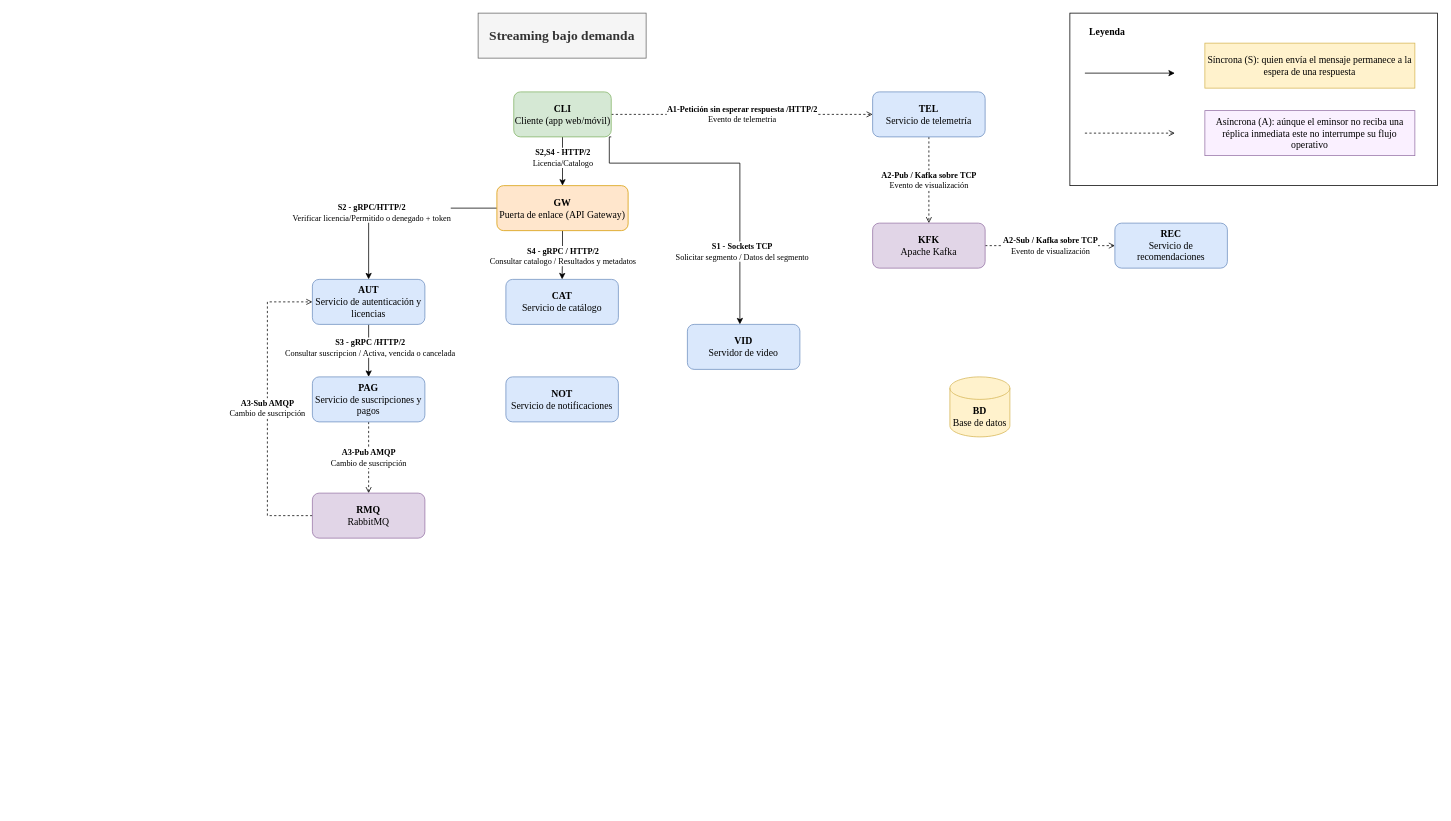
reyshadow0/isr701-form-tl-01 keeps this draw.io diagram as diagrama/comunicacion.drawio. Above is the earlier version. Source tidied: cells renumbered, new cells numbered last; positions are measured from the earlier drawing's top-left corner, leaving out a move shared by most shapes. Both pictures are drawn from the tidied source at 75%, with x=0, y=0 at pixel (267, 13).
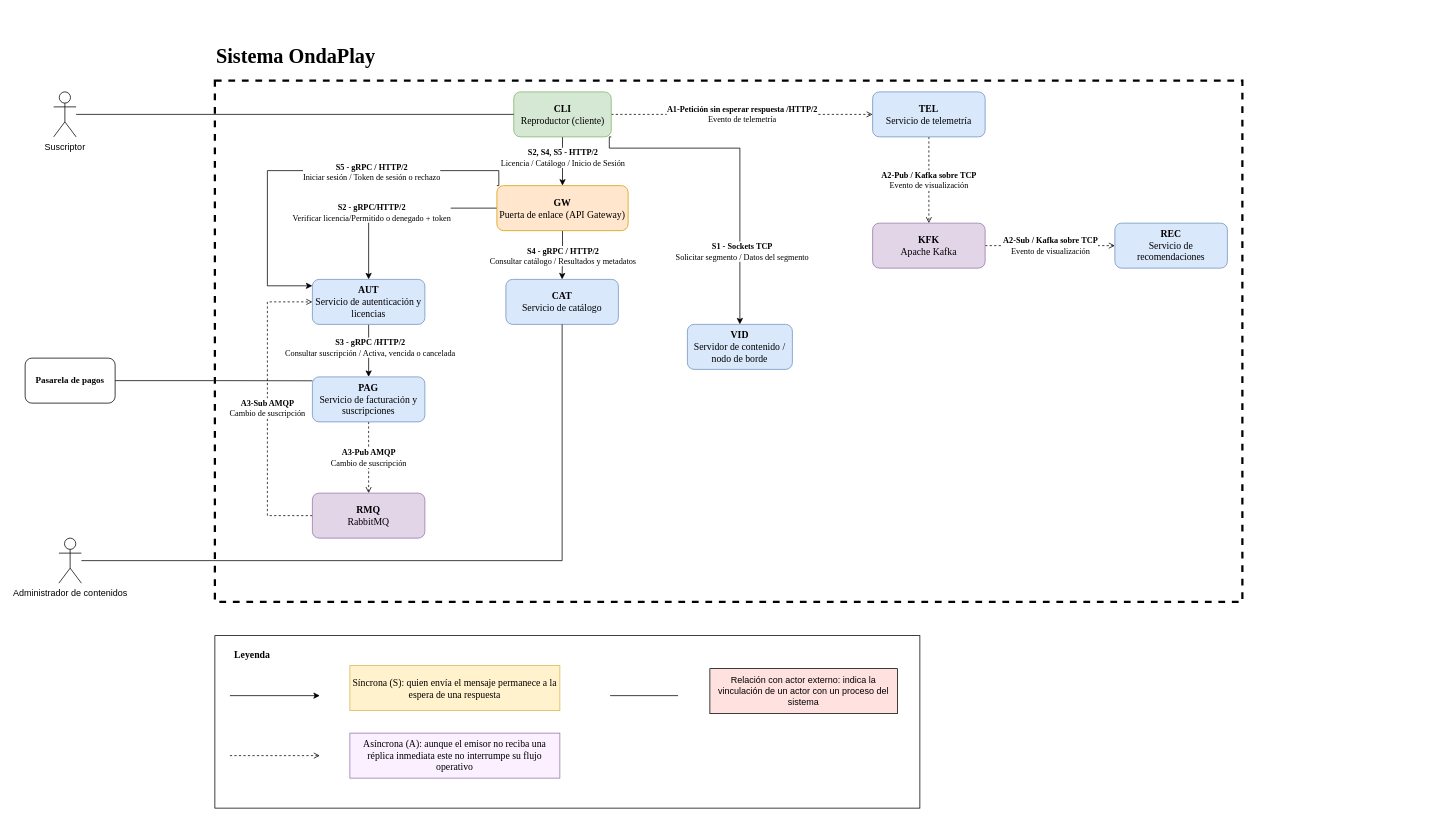
The same page after the edit.

Commit message (it also covers changes not shown here):
Finalicé el diagrama de comunicacion y seccion 2 de OndaPlay

The change refers to these unchanged cells:
```xml
<mxCell id="3" style="edgeStyle=orthogonalEdgeStyle;rounded=0;jettySize=auto;html=1;entryX=0.5;entryY=0;entryDx=0;entryDy=0;defaultLabelBackgroundColor=page;" parent="1" edge="1" source="6" target="13">
  <mxGeometry relative="1" as="geometry" />
</mxCell>
<mxCell id="9" style="edgeStyle=orthogonalEdgeStyle;rounded=0;jettySize=auto;html=1;entryX=0.5;entryY=0;entryDx=0;entryDy=0;defaultLabelBackgroundColor=page;" parent="1" edge="1" source="13" target="17">
  <mxGeometry relative="1" as="geometry" />
</mxCell>
<mxCell id="13" value="&lt;b&gt;GW&lt;/b&gt;&lt;div&gt;Puerta de enlace (API Gateway)&lt;/div&gt;" style="rounded=1;whiteSpace=wrap;html=1;roundedPerimeter=1;fillColor=#ffe6cc;strokeColor=#d79b00;fontFamily=Times New Roman;fontSize=13;" parent="1" vertex="1">
  <mxGeometry x="306" y="230" width="175" height="60" as="geometry" />
</mxCell>
<mxCell id="14" style="edgeStyle=orthogonalEdgeStyle;rounded=0;jettySize=auto;html=1;entryX=0.5;entryY=0;entryDx=0;entryDy=0;defaultLabelBackgroundColor=page;" parent="1" edge="1" source="16" target="20">
  <mxGeometry relative="1" as="geometry" />
</mxCell>
<mxCell id="16" value="&lt;b&gt;AUT&lt;/b&gt;&lt;div&gt;Servicio de autenticación y licencias&lt;/div&gt;" style="rounded=1;whiteSpace=wrap;html=1;roundedPerimeter=1;fillColor=#dae8fc;strokeColor=#6c8ebf;fontFamily=Times New Roman;fontSize=13;" parent="1" vertex="1">
  <mxGeometry x="60" y="355" width="150" height="60" as="geometry" />
</mxCell>
<mxCell id="17" value="&lt;b&gt;CAT&lt;/b&gt;&lt;div&gt;Servicio de catálogo&lt;/div&gt;" style="rounded=1;whiteSpace=wrap;html=1;roundedPerimeter=1;fillColor=#dae8fc;strokeColor=#6c8ebf;fontFamily=Times New Roman;fontSize=13;" parent="1" vertex="1">
  <mxGeometry x="318" y="355" width="150" height="60" as="geometry" />
</mxCell>
<mxCell id="32" value="&lt;b&gt;TEL&lt;/b&gt;&lt;br&gt;&lt;div&gt;Servicio de telemetría&lt;/div&gt;" style="rounded=1;whiteSpace=wrap;html=1;roundedPerimeter=1;fillColor=#dae8fc;strokeColor=#6c8ebf;fontFamily=Times New Roman;fontSize=13;" parent="1" vertex="1">
  <mxGeometry x="807" y="105" width="150" height="60" as="geometry" />
</mxCell>
```

Diff of the diagram source:
```diff
@@
-    <mxCell id="2" value="Streaming bajo demanda" style="rounded=0;whiteSpace=wrap;html=1;fillColor=#f5f5f5;strokeColor=#666666;fontColor=#333333;fontFamily=Times New Roman;fontSize=18;fontStyle=1;" parent="1" vertex="1">
-      <mxGeometry x="281" width="224" height="60" as="geometry" />
-    </mxCell>
+    <mxCell id="25" style="rounded=0;whiteSpace=wrap;html=1;fontFamily=Times New Roman;fontSize=13;fillColor=none;fillOpacity=0;" parent="1" vertex="1">
+      <mxGeometry x="-70" y="830" width="940" height="230" as="geometry" />
+    </mxCell>
+    <mxCell id="36" style="rounded=0;whiteSpace=wrap;html=1;dashed=1;strokeWidth=3;fillColor=none;fillOpacity=0;" parent="1" vertex="1">
+      <mxGeometry x="-70" y="90" width="1370" height="695" as="geometry" />
+    </mxCell>
@@
-    <mxCell id="4" value="&lt;font face=&quot;Times New Roman&quot;&gt;&lt;b&gt;S2,S4 - HTTP/2&lt;/b&gt;&lt;br&gt;Licencia/Catalogo&lt;/font&gt;" style="edgeLabel;html=1;align=center;verticalAlign=middle;inheritText=1;defaultLabelBackgroundColor=page;" parent="3" vertex="1">
+    <mxCell id="4" value="&lt;font face=&quot;Times New Roman&quot;&gt;&lt;b&gt;S2, S4, S5 - HTTP/2&lt;/b&gt;&lt;br&gt;Licencia / Catálogo / Inicio de Sesión&lt;/font&gt;" style="edgeLabel;html=1;align=center;verticalAlign=middle;inheritText=1;defaultLabelBackgroundColor=page;" parent="3" vertex="1">
       <mxGeometry x="-0.15" relative="1" as="geometry">
         <mxPoint y="-1" as="offset" />
       </mxGeometry>
     </mxCell>
-    <mxCell id="5" value="&lt;b&gt;A1-Petición sin esperar respuesta /HTTP/2&lt;br&gt;&lt;/b&gt;Evento de telemetria" style="edgeStyle=orthogonalEdgeStyle;rounded=0;jettySize=auto;html=1;dashed=1;fontFamily=Times New Roman;endArrow=open;endFill=0;" parent="1" edge="1" source="6" target="32">
+    <mxCell id="5" value="&lt;b&gt;A1-Petición sin esperar respuesta /HTTP/2&lt;br&gt;&lt;/b&gt;Evento de telemetría" style="edgeStyle=orthogonalEdgeStyle;rounded=0;jettySize=auto;html=1;dashed=1;fontFamily=Times New Roman;endArrow=open;endFill=0;" parent="1" edge="1" source="6" target="32">
       <mxGeometry relative="1" as="geometry" />
     </mxCell>
-    <mxCell id="6" value="&lt;b&gt;CLI&lt;/b&gt;&lt;div&gt;Cliente (app web/móvil)&lt;/div&gt;" style="rounded=1;whiteSpace=wrap;html=1;roundedPerimeter=1;fillColor=#d5e8d4;strokeColor=#82b366;fontFamily=Times New Roman;fontSize=13;" parent="1" vertex="1">
+    <mxCell id="6" value="&lt;b&gt;CLI&lt;/b&gt;&lt;div&gt;Reproductor (cliente)&lt;/div&gt;" style="rounded=1;whiteSpace=wrap;html=1;roundedPerimeter=1;fillColor=#d5e8d4;strokeColor=#82b366;fontFamily=Times New Roman;fontSize=13;" parent="1" vertex="1">
       <mxGeometry x="328.5" y="105" width="130" height="60" as="geometry" />
     </mxCell>
@@
-    <mxCell id="10" value="&lt;div&gt;&lt;b&gt;&lt;font face=&quot;Times New Roman&quot;&gt;S4 - gRPC / HTTP/2&lt;/font&gt;&lt;/b&gt;&lt;/div&gt;&lt;div&gt;&lt;font face=&quot;Times New Roman&quot;&gt;Consultar catalogo / Resultados y metadatos&lt;/font&gt;&lt;/div&gt;" style="edgeLabel;html=1;align=center;verticalAlign=middle;inheritText=1;defaultLabelBackgroundColor=page;" parent="9" vertex="1">
+    <mxCell id="10" value="&lt;div&gt;&lt;b&gt;&lt;font face=&quot;Times New Roman&quot;&gt;S4 - gRPC / HTTP/2&lt;/font&gt;&lt;/b&gt;&lt;/div&gt;&lt;div&gt;&lt;font face=&quot;Times New Roman&quot;&gt;Consultar catálogo / Resultados y metadatos&lt;/font&gt;&lt;/div&gt;" style="edgeLabel;html=1;align=center;verticalAlign=middle;inheritText=1;defaultLabelBackgroundColor=page;" parent="9" vertex="1">
       <mxGeometry x="0.05" relative="1" as="geometry" />
     </mxCell>
     <mxCell id="11" style="edgeStyle=orthogonalEdgeStyle;rounded=0;jettySize=auto;html=1;defaultLabelBackgroundColor=page;exitX=1;exitY=1;exitDx=0;exitDy=0;" parent="1" edge="1" source="6" target="18">
       <mxGeometry relative="1" as="geometry">
         <Array as="points">
-          <mxPoint x="455.9" y="200" />
-          <mxPoint x="630" y="200" />
+          <mxPoint x="455.9" y="180" />
+          <mxPoint x="630" y="180" />
         </Array>
       </mxGeometry>
     </mxCell>
@@
+    <mxCell id="37" style="edgeStyle=orthogonalEdgeStyle;rounded=0;jettySize=auto;html=1;entryX=0;entryY=0.143;entryDx=0;entryDy=0;defaultLabelBackgroundColor=page;exitX=0;exitY=0;exitDx=0;exitDy=0;" parent="1" edge="1" source="13" target="16">
+      <mxGeometry x="-0.27" relative="1" as="geometry">
+        <Array as="points">
+          <mxPoint x="308.6" y="210" />
+          <mxPoint y="210" />
+          <mxPoint y="363.6" />
+        </Array>
+      </mxGeometry>
+    </mxCell>
+    <mxCell id="38" value="&lt;b&gt;&lt;font face=&quot;Times New Roman&quot;&gt;S5 - gRPC / HTTP/2&lt;/font&gt;&lt;/b&gt;&lt;div&gt;&lt;font face=&quot;Times New Roman&quot;&gt;Iniciar sesión / Token de sesión o rechazo&lt;/font&gt;&lt;/div&gt;" style="edgeLabel;html=1;align=center;verticalAlign=middle;inheritText=1;defaultLabelBackgroundColor=page;" parent="37" vertex="1">
+      <mxGeometry x="-0.29" y="1" relative="1" as="geometry" />
+    </mxCell>
@@
-    <mxCell id="15" value="&lt;div&gt;&lt;b&gt;&lt;font face=&quot;Times New Roman&quot;&gt;S3 - gRPC /HTTP/2&lt;/font&gt;&lt;/b&gt;&lt;/div&gt;&lt;div&gt;&lt;font face=&quot;Times New Roman&quot;&gt;Consultar suscripcion / Activa, vencida o cancelada&lt;/font&gt;&lt;/div&gt;" style="edgeLabel;html=1;align=center;verticalAlign=middle;inheritText=1;defaultLabelBackgroundColor=page;" parent="14" vertex="1">
+    <mxCell id="15" value="&lt;div&gt;&lt;b&gt;&lt;font face=&quot;Times New Roman&quot;&gt;S3 - gRPC /HTTP/2&lt;/font&gt;&lt;/b&gt;&lt;/div&gt;&lt;div&gt;&lt;font face=&quot;Times New Roman&quot;&gt;Consultar suscripción / Activa, vencida o cancelada&lt;/font&gt;&lt;/div&gt;" style="edgeLabel;html=1;align=center;verticalAlign=middle;inheritText=1;defaultLabelBackgroundColor=page;" parent="14" vertex="1">
       <mxGeometry x="-0.15" y="1" relative="1" as="geometry" />
     </mxCell>
@@
-    <mxCell id="18" value="&lt;b&gt;VID&lt;/b&gt;&lt;div&gt;Servidor de video&lt;/div&gt;" style="rounded=1;whiteSpace=wrap;html=1;roundedPerimeter=1;fillColor=#dae8fc;strokeColor=#6c8ebf;fontFamily=Times New Roman;fontSize=13;" parent="1" vertex="1">
-      <mxGeometry x="560" y="415" width="150" height="60" as="geometry" />
+    <mxCell id="18" value="&lt;b&gt;VID&lt;/b&gt;&lt;div&gt;Servidor de contenido / nodo de borde&lt;/div&gt;" style="rounded=1;whiteSpace=wrap;html=1;roundedPerimeter=1;fillColor=#dae8fc;strokeColor=#6c8ebf;fontFamily=Times New Roman;fontSize=13;" parent="1" vertex="1">
+      <mxGeometry x="560" y="415" width="140" height="60" as="geometry" />
     </mxCell>
@@
-    <mxCell id="20" value="&lt;b&gt;PAG&lt;/b&gt;&lt;div&gt;Servicio de suscripciones y pagos&lt;/div&gt;" style="rounded=1;whiteSpace=wrap;html=1;roundedPerimeter=1;fillColor=#dae8fc;strokeColor=#6c8ebf;fontFamily=Times New Roman;fontSize=13;" parent="1" vertex="1">
+    <mxCell id="20" value="&lt;b&gt;PAG&lt;/b&gt;&lt;div&gt;Servicio de facturación y suscripciones&lt;/div&gt;" style="rounded=1;whiteSpace=wrap;html=1;roundedPerimeter=1;fillColor=#dae8fc;strokeColor=#6c8ebf;fontFamily=Times New Roman;fontSize=13;" parent="1" vertex="1">
       <mxGeometry x="60" y="485" width="150" height="60" as="geometry" />
     </mxCell>
-    <mxCell id="21" value="&lt;b&gt;NOT&lt;/b&gt;&lt;div&gt;Servicio de notificaciones&lt;/div&gt;" style="rounded=1;whiteSpace=wrap;html=1;roundedPerimeter=1;fillColor=#dae8fc;strokeColor=#6c8ebf;fontFamily=Times New Roman;fontSize=13;" parent="1" vertex="1">
-      <mxGeometry x="318" y="485" width="150" height="60" as="geometry" />
-    </mxCell>
-    <mxCell id="22" value="&lt;b&gt;BD&lt;/b&gt;&lt;div&gt;Base de datos&lt;/div&gt;" style="shape=cylinder3;whiteSpace=wrap;html=1;boundedLbl=1;backgroundOutline=1;size=15;fillColor=#fff2cc;strokeColor=#d6b656;fontFamily=Times New Roman;fontSize=13;" parent="1" vertex="1">
-      <mxGeometry x="910" y="485" width="80" height="80" as="geometry" />
-    </mxCell>
@@
-    <mxCell id="25" style="rounded=0;whiteSpace=wrap;html=1;fontFamily=Times New Roman;fontSize=13;" parent="1" vertex="1">
-      <mxGeometry x="1070" width="490" height="230" as="geometry" />
-    </mxCell>
     <mxCell id="26" value="Síncrona (S): quien envía el mensaje permanece a la espera de una respuesta" style="rounded=0;whiteSpace=wrap;html=1;fillColor=#fff2cc;strokeColor=#d6b656;fontFamily=Times New Roman;fontSize=13;" parent="1" vertex="1">
-      <mxGeometry x="1250" y="40" width="280" height="60" as="geometry" />
+      <mxGeometry x="110" y="870" width="280" height="60" as="geometry" />
     </mxCell>
-    <mxCell id="27" value="Asíncrona (A): aúnque el eminsor no reciba una réplica inmediata este no interrumpe su flujo operativo" style="rounded=0;whiteSpace=wrap;html=1;fillColor=light-dark(#faf0ff, #392f3f);strokeColor=#9673a6;fontFamily=Times New Roman;fontSize=13;" parent="1" vertex="1">
-      <mxGeometry x="1250" y="130" width="280" height="60" as="geometry" />
+    <mxCell id="27" value="Asíncrona (A): aunque el emisor no reciba una réplica inmediata este no interrumpe su flujo operativo" style="rounded=0;whiteSpace=wrap;html=1;fillColor=light-dark(#faf0ff, #392f3f);strokeColor=#9673a6;fontFamily=Times New Roman;fontSize=13;" parent="1" vertex="1">
+      <mxGeometry x="110" y="960" width="280" height="60" as="geometry" />
     </mxCell>
     <mxCell id="28" style="endArrow=classic;html=1;rounded=0;defaultLabelBackgroundColor=page;fontFamily=Times New Roman;fontSize=13;" parent="1" edge="1">
       <mxGeometry relative="1" as="geometry">
-        <mxPoint x="1090" y="80" as="sourcePoint" />
-        <mxPoint x="1210" y="80" as="targetPoint" />
+        <mxPoint x="-50" y="910" as="sourcePoint" />
+        <mxPoint x="70" y="910" as="targetPoint" />
       </mxGeometry>
     </mxCell>
     <mxCell id="29" style="endArrow=open;dashed=1;html=1;rounded=0;defaultLabelBackgroundColor=page;endFill=0;fontFamily=Times New Roman;fontSize=13;" parent="1" edge="1">
       <mxGeometry relative="1" as="geometry">
-        <mxPoint x="1090" y="160" as="sourcePoint" />
-        <mxPoint x="1210" y="160" as="targetPoint" />
+        <mxPoint x="-50" y="990" as="sourcePoint" />
+        <mxPoint x="70" y="990" as="targetPoint" />
       </mxGeometry>
     </mxCell>
     <mxCell id="30" value="Leyenda" style="text;html=1;whiteSpace=wrap;strokeColor=none;fillColor=none;align=center;verticalAlign=middle;rounded=0;fontFamily=Times New Roman;fontSize=13;fontStyle=1;" parent="1" vertex="1">
-      <mxGeometry x="1090" y="10" width="60" height="30" as="geometry" />
+      <mxGeometry x="-50" y="840" width="60" height="30" as="geometry" />
     </mxCell>
@@
+    <mxCell id="39" style="edgeStyle=orthogonalEdgeStyle;rounded=0;jettySize=auto;html=1;entryX=0;entryY=0.5;entryDx=0;entryDy=0;defaultLabelBackgroundColor=page;endArrow=none;endFill=0;" parent="1" edge="1" source="40" target="6">
+      <mxGeometry relative="1" as="geometry" />
+    </mxCell>
+    <mxCell id="40" value="Suscriptor" style="shape=umlActor;verticalLabelPosition=bottom;verticalAlign=top;html=1;outlineConnect=0;labelPerimeter=1;" parent="1" vertex="1">
+      <mxGeometry x="-285" y="105" width="30" height="60" as="geometry" />
+    </mxCell>
+    <mxCell id="41" style="edgeStyle=orthogonalEdgeStyle;rounded=0;jettySize=auto;html=1;entryX=0.5;entryY=1;entryDx=0;entryDy=0;defaultLabelBackgroundColor=page;endArrow=none;endFill=0;" parent="1" edge="1" source="42" target="17">
+      <mxGeometry x="-0.01" relative="1" as="geometry" />
+    </mxCell>
+    <mxCell id="42" value="Administrador de contenidos" style="shape=umlActor;verticalLabelPosition=bottom;verticalAlign=top;html=1;outlineConnect=0;labelPerimeter=1;" parent="1" vertex="1">
+      <mxGeometry x="-278" y="700" width="30" height="60" as="geometry" />
+    </mxCell>
+    <mxCell id="43" style="edgeStyle=orthogonalEdgeStyle;rounded=0;jettySize=auto;html=1;entryX=0;entryY=0.087;entryDx=0;entryDy=0;defaultLabelBackgroundColor=page;endArrow=none;endFill=0;exitX=1;exitY=0.5;exitDx=0;exitDy=0;" parent="1" edge="1" source="45" target="20">
+      <mxGeometry x="0.06" relative="1" as="geometry" />
+    </mxCell>
+    <mxCell id="44" value="Sistema OndaPlay" style="text;html=1;whiteSpace=wrap;strokeColor=none;fillColor=none;align=center;verticalAlign=middle;rounded=0;fontStyle=1;fontSize=27;fontFamily=Times New Roman;" parent="1" vertex="1">
+      <mxGeometry x="-72" y="43" width="220" height="30" as="geometry" />
+    </mxCell>
+    <mxCell id="45" value="&lt;font face=&quot;Times New Roman&quot;&gt;&lt;b&gt;Pasarela de pagos&lt;/b&gt;&lt;/font&gt;" style="rounded=1;whiteSpace=wrap;html=1;roundedPerimeter=1;" parent="1" vertex="1">
+      <mxGeometry x="-323" y="460" width="120" height="60" as="geometry" />
+    </mxCell>
+    <mxCell id="46" style="endArrow=none;html=1;rounded=0;defaultLabelBackgroundColor=page;exitX=0.525;exitY=0.174;exitDx=0;exitDy=0;exitPerimeter=0;" parent="1" edge="1">
+      <mxGeometry relative="1" as="geometry">
+        <mxPoint x="457" y="910" as="sourcePoint" />
+        <mxPoint x="547.6" y="910" as="targetPoint" />
+      </mxGeometry>
+    </mxCell>
+    <mxCell id="47" value="Relación con actor externo: indica la vinculación de un actor con un proceso del sistema" style="rounded=0;whiteSpace=wrap;html=1;fillColor=#FFE2E0;" parent="1" vertex="1">
+      <mxGeometry x="590" y="874" width="250" height="60" as="geometry" />
+    </mxCell>
```
